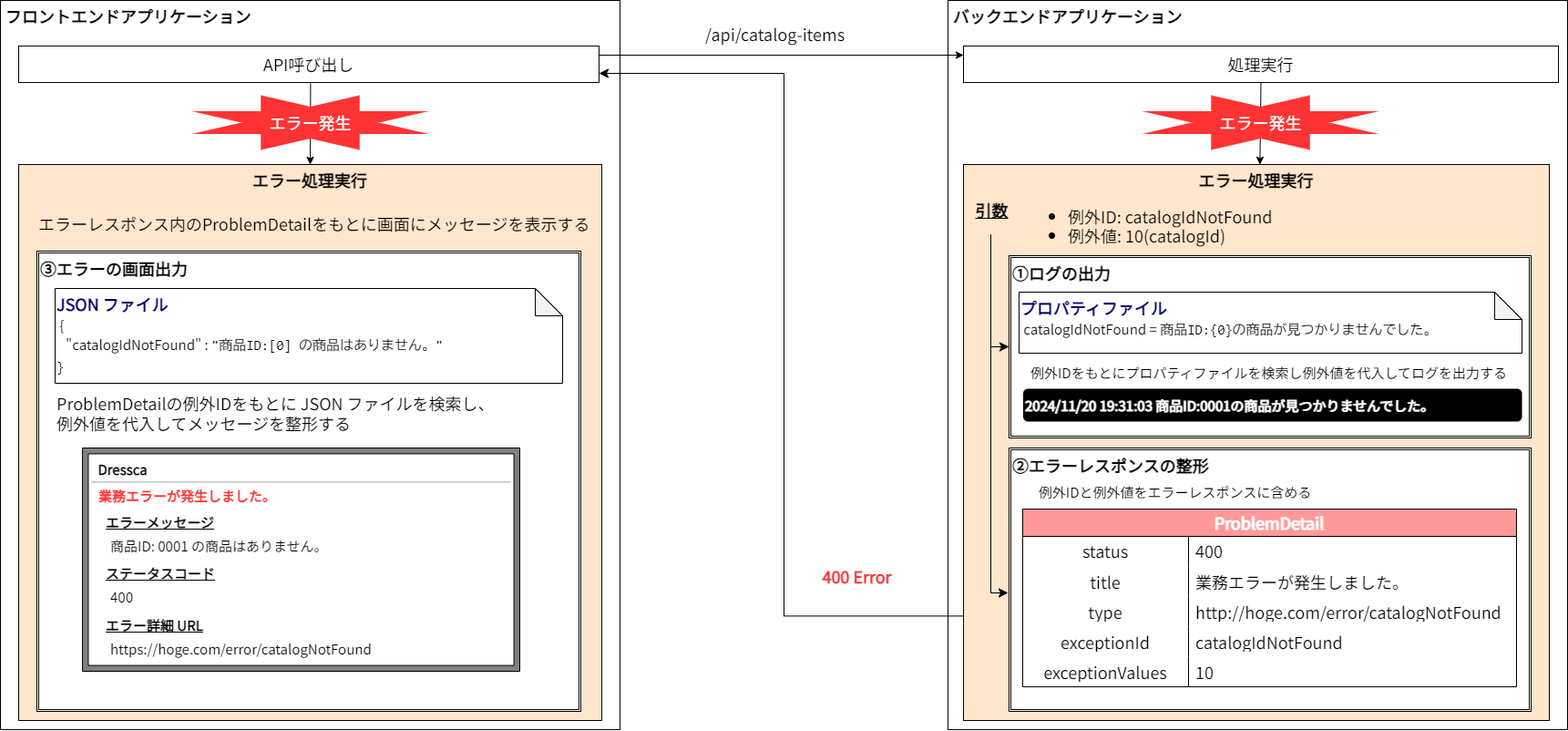
This is documents/contents/images/app-architecture/client-side-rendering/error-message-delivery-light.png from AlesInfiny/maia, a draw.io export, as it was before one commit. Source tidied: cells renumbered, new cells last; positions are measured from the earlier drawing's top-left corner, leaving out a move shared by most shapes.
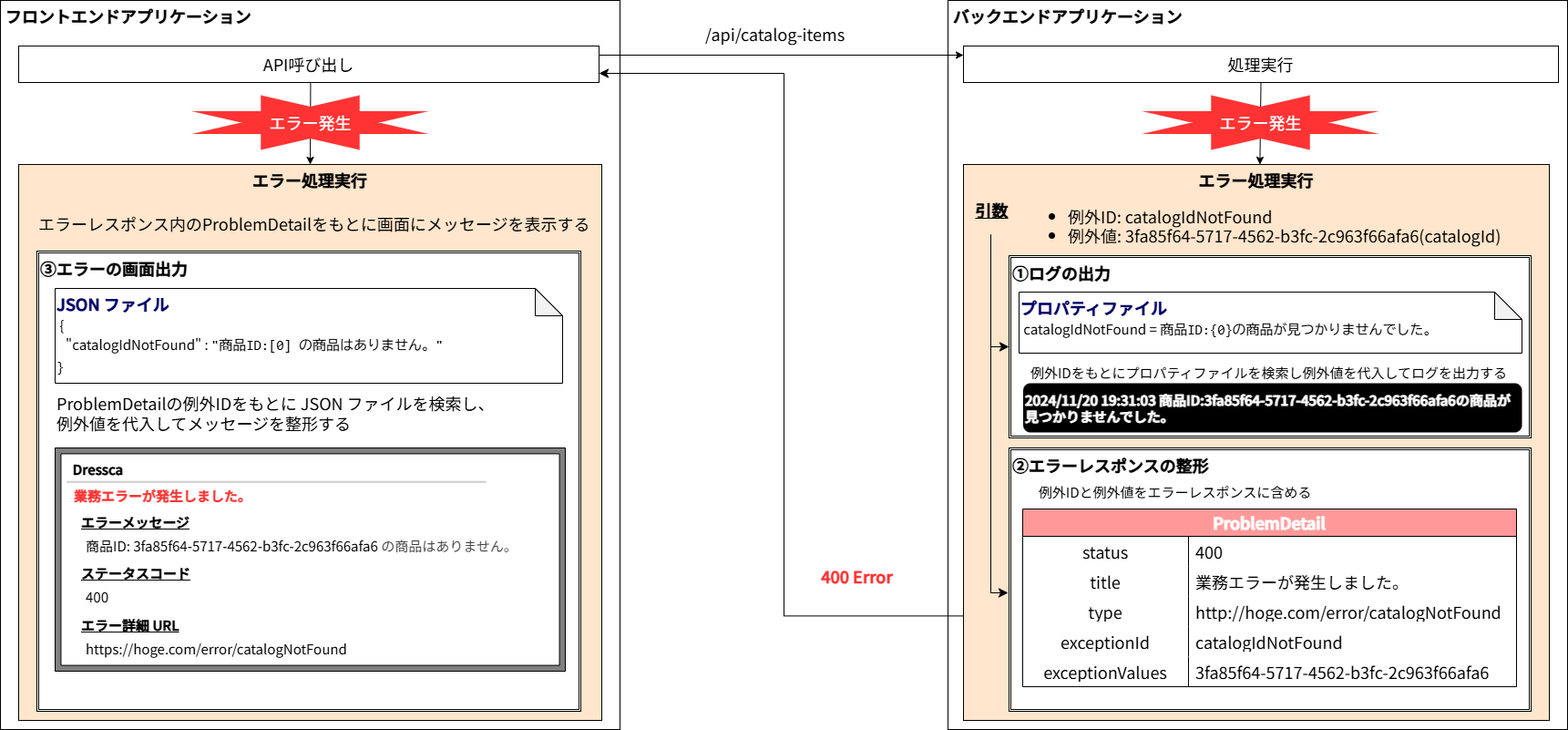
After the change.

Change to the diagram source:
```diff
@@ -52,22 +52,22 @@
       <mxGeometry x="285" y="114" width="110" height="40" as="geometry" />
     </mxCell>
     <mxCell id="16" style="verticalLabelPosition=bottom;verticalAlign=top;html=1;shape=mxgraph.basic.frame;dx=6.43;whiteSpace=wrap;labelBackgroundColor=none;fontFamily=Noto Sans JP;fontSource=https%3A%2F%2Ffonts.googleapis.com%2Fcss%3Ffamily%3DNoto%2BSans%2BJP;fontSize=15;fontColor=#FF3333;fillColor=#808080;" parent="1" vertex="1">
-      <mxGeometry x="90" y="491" width="480" height="245" as="geometry" />
+      <mxGeometry x="60" y="491" width="560" height="245" as="geometry" />
     </mxCell>
     <mxCell id="17" value="業務エラーが発生しました。" style="text;html=1;align=left;verticalAlign=middle;strokeColor=none;fillColor=none;fontSize=15;fontFamily=Noto Sans JP;fontColor=#FF3333;fontStyle=1;" parent="1" vertex="1">
-      <mxGeometry x="106" y="528" width="220" height="30" as="geometry" />
+      <mxGeometry x="79" y="528" width="220" height="30" as="geometry" />
     </mxCell>
     <mxCell id="18" value="&lt;u&gt;エラーメッセージ&lt;/u&gt;" style="text;html=1;align=left;verticalAlign=middle;strokeColor=none;fillColor=none;fontSize=15;fontFamily=Noto Sans JP;fontColor=#000000;fontStyle=1;" parent="1" vertex="1">
-      <mxGeometry x="114" y="557" width="140" height="30" as="geometry" />
+      <mxGeometry x="87" y="557" width="140" height="30" as="geometry" />
     </mxCell>
-    <mxCell id="19" value="商品ID: 0001 の商品はありません。" style="text;html=1;align=left;verticalAlign=middle;strokeColor=none;fillColor=none;fontSize=15;fontFamily=Noto Sans JP;fontColor=#000000;fontStyle=0;" parent="1" vertex="1">
-      <mxGeometry x="119" y="583" width="260" height="30" as="geometry" />
+    <mxCell id="19" value="商品ID:&amp;nbsp;3fa85f64-5717-4562-b3fc-2c963f66afa6&lt;span style=&quot;color: rgb(63, 63, 63); background-color: transparent;&quot;&gt;&amp;nbsp;の商品はありません。&lt;/span&gt;" style="text;html=1;align=left;verticalAlign=middle;strokeColor=none;fillColor=none;fontSize=15;fontFamily=Noto Sans JP;fontColor=#000000;fontStyle=0;" parent="1" vertex="1">
+      <mxGeometry x="92" y="583" width="500" height="30" as="geometry" />
     </mxCell>
     <mxCell id="20" value="Dressca" style="text;html=1;align=center;verticalAlign=middle;strokeColor=none;fillColor=none;fontSize=15;fontFamily=Noto Sans JP;fontColor=#000000;fontStyle=1;" parent="1" vertex="1">
-      <mxGeometry x="94" y="498.5" width="80" height="30" as="geometry" />
+      <mxGeometry x="67" y="498.5" width="80" height="30" as="geometry" />
     </mxCell>
     <mxCell id="21" style="line;strokeWidth=2;html=1;labelBackgroundColor=none;fontFamily=Noto Sans JP;fontSource=https%3A%2F%2Ffonts.googleapis.com%2Fcss%3Ffamily%3DNoto%2BSans%2BJP;fontSize=15;fontColor=#000000;fillColor=#808080;strokeColor=#CCCCCC;" parent="1" vertex="1">
-      <mxGeometry x="100" y="521.5" width="460" height="13.5" as="geometry" />
+      <mxGeometry x="73" y="521.5" width="460" height="13.5" as="geometry" />
     </mxCell>
     <mxCell id="22" value="&lt;b&gt;&amp;nbsp;バックエンドアプリケーション&lt;/b&gt;" style="whiteSpace=wrap;html=1;align=left;fontSize=18;verticalAlign=top;fontFamily=Noto Sans JP;fontSource=https%3A%2F%2Ffonts.googleapis.com%2Fcss%3Ffamily%3DNoto%2BSans%2BJP;fillColor=none;" parent="1" vertex="1">
       <mxGeometry x="1040" width="680" height="800" as="geometry" />
@@ -78,7 +78,7 @@
     <mxCell id="24" value="&lt;b&gt;エラー処理実行&lt;/b&gt;" style="whiteSpace=wrap;html=1;labelBackgroundColor=none;fontFamily=Noto Sans JP;fontSource=https%3A%2F%2Ffonts.googleapis.com%2Fcss%3Ffamily%3DNoto%2BSans%2BJP;fontSize=18;verticalAlign=top;fillColor=#ffe6cc;strokeColor=#000000;" parent="1" vertex="1">
       <mxGeometry x="1057" y="180" width="643" height="610" as="geometry" />
     </mxCell>
-    <mxCell id="25" value="&lt;ul&gt;&lt;li&gt;例外ID: catalogIdNotFound&lt;/li&gt;&lt;li&gt;例外値: 10(catalogId)&lt;/li&gt;&lt;/ul&gt;" style="text;strokeColor=none;fillColor=none;html=1;whiteSpace=wrap;verticalAlign=bottom;overflow=hidden;labelBackgroundColor=none;fontFamily=Noto Sans JP;fontSource=https%3A%2F%2Ffonts.googleapis.com%2Fcss%3Ffamily%3DNoto%2BSans%2BJP;fontSize=18;fontColor=#000000;" parent="24" vertex="1">
+    <mxCell id="25" value="&lt;ul&gt;&lt;li&gt;例外ID: catalogIdNotFound&lt;/li&gt;&lt;li&gt;例外値: 3fa85f64-5717-4562-b3fc-2c963f66afa6(catalogId)&lt;/li&gt;&lt;/ul&gt;" style="text;strokeColor=none;fillColor=none;html=1;whiteSpace=wrap;verticalAlign=bottom;overflow=hidden;labelBackgroundColor=none;fontFamily=Noto Sans JP;fontSource=https%3A%2F%2Ffonts.googleapis.com%2Fcss%3Ffamily%3DNoto%2BSans%2BJP;fontSize=18;fontColor=#000000;" parent="24" vertex="1">
       <mxGeometry x="73.2" y="20" width="569.8" height="90" as="geometry" />
     </mxCell>
     <mxCell id="26" style="edgeStyle=none;jettySize=auto;html=1;fontFamily=Noto Sans JP;fontSource=https%3A%2F%2Ffonts.googleapis.com%2Fcss%3Ffamily%3DNoto%2BSans%2BJP;fontSize=18;exitX=0.5;exitY=1;exitDx=0;exitDy=0;" parent="1" edge="1" source="23" target="24">
@@ -147,7 +147,7 @@
     <mxCell id="47" value="exceptionValues" style="shape=partialRectangle;html=1;whiteSpace=wrap;fillColor=none;top=0;left=0;bottom=0;right=0;overflow=hidden;labelBackgroundColor=none;fontFamily=Noto Sans JP;fontSource=https%3A%2F%2Ffonts.googleapis.com%2Fcss%3Ffamily%3DNoto%2BSans%2BJP;fontSize=18;fontColor=#000000;" parent="46" vertex="1">
       <mxGeometry width="182" height="33" as="geometry" />
     </mxCell>
-    <mxCell id="48" value="10" style="shape=partialRectangle;html=1;whiteSpace=wrap;fillColor=none;top=0;left=0;bottom=0;right=0;align=left;spacingLeft=6;overflow=hidden;labelBackgroundColor=none;fontFamily=Noto Sans JP;fontSource=https%3A%2F%2Ffonts.googleapis.com%2Fcss%3Ffamily%3DNoto%2BSans%2BJP;fontSize=18;fontColor=#000000;" parent="46" vertex="1">
+    <mxCell id="48" value="3fa85f64-5717-4562-b3fc-2c963f66afa6" style="shape=partialRectangle;html=1;whiteSpace=wrap;fillColor=none;top=0;left=0;bottom=0;right=0;align=left;spacingLeft=6;overflow=hidden;labelBackgroundColor=none;fontFamily=Noto Sans JP;fontSource=https%3A%2F%2Ffonts.googleapis.com%2Fcss%3Ffamily%3DNoto%2BSans%2BJP;fontSize=18;fontColor=#000000;" parent="46" vertex="1">
       <mxGeometry x="182" width="360" height="33" as="geometry" />
     </mxCell>
     <mxCell id="49" style="edgeStyle=elbowEdgeStyle;elbow=vertical;endArrow=classic;html=1;curved=0;rounded=0;endSize=8;startSize=8;fontFamily=Noto Sans JP;fontSource=https%3A%2F%2Ffonts.googleapis.com%2Fcss%3Ffamily%3DNoto%2BSans%2BJP;fontSize=18;fontColor=#000000;entryX=0;entryY=0.5;entryDx=0;entryDy=0;" parent="1" edge="1" target="30">
@@ -173,20 +173,20 @@
     <mxCell id="52" value="例外IDをもとにプロパティファイルを検索し&lt;span style=&quot;background-color: initial; text-align: left;&quot;&gt;例外値を代入してログを出力する&lt;/span&gt;" style="text;html=1;align=center;verticalAlign=middle;strokeColor=none;fillColor=none;fontSize=15;fontFamily=Noto Sans JP;fontColor=#000000;labelBackgroundColor=none;fontSource=https%3A%2F%2Ffonts.googleapis.com%2Fcss%3Ffamily%3DNoto%2BSans%2BJP;" parent="1" vertex="1">
       <mxGeometry x="1117" y="393" width="550" height="30" as="geometry" />
     </mxCell>
-    <mxCell id="53" value="&lt;b&gt;2024/11/20 19:31:03 商品ID:0001の商品が見つかりませんでした。&lt;/b&gt;" style="rounded=1;whiteSpace=wrap;html=1;labelBackgroundColor=none;fontFamily=Noto Sans JP;fontSource=https%3A%2F%2Ffonts.googleapis.com%2Fcss%3Ffamily%3DNoto%2BSans%2BJP;fontSize=15;fontColor=#FFFFFF;fillColor=#000000;strokeColor=none;align=left;" parent="1" vertex="1">
-      <mxGeometry x="1122.5" y="426" width="547.5" height="36" as="geometry" />
+    <mxCell id="53" value="&lt;b&gt;2024/11/20 19:31:03 商品ID:3fa85f64-5717-4562-b3fc-2c963f66afa6の商品が見つかりませんでした。&lt;/b&gt;" style="rounded=1;whiteSpace=wrap;html=1;labelBackgroundColor=none;fontFamily=Noto Sans JP;fontSource=https%3A%2F%2Ffonts.googleapis.com%2Fcss%3Ffamily%3DNoto%2BSans%2BJP;fontSize=15;fontColor=#FFFFFF;fillColor=#000000;strokeColor=none;align=left;" parent="1" vertex="1">
+      <mxGeometry x="1122.5" y="420" width="547.5" height="54" as="geometry" />
     </mxCell>
     <mxCell id="54" value="400" style="text;html=1;align=left;verticalAlign=middle;strokeColor=none;fillColor=none;fontSize=15;fontFamily=Noto Sans JP;fontColor=#000000;fontStyle=0;" parent="1" vertex="1">
-      <mxGeometry x="119" y="639" width="50" height="30" as="geometry" />
+      <mxGeometry x="92" y="639" width="50" height="30" as="geometry" />
     </mxCell>
     <mxCell id="55" value="&lt;u style=&quot;&quot;&gt;&lt;font style=&quot;&quot;&gt;ステータスコード&lt;/font&gt;&lt;/u&gt;" style="text;html=1;align=left;verticalAlign=middle;strokeColor=none;fillColor=none;fontSize=15;fontFamily=Noto Sans JP;fontColor=#000000;fontStyle=1;" parent="1" vertex="1">
-      <mxGeometry x="114" y="613" width="140" height="30" as="geometry" />
+      <mxGeometry x="87" y="613" width="140" height="30" as="geometry" />
     </mxCell>
     <mxCell id="56" value="&lt;u style=&quot;&quot;&gt;&lt;font style=&quot;&quot;&gt;エラー詳細 URL&lt;/font&gt;&lt;/u&gt;" style="text;html=1;align=left;verticalAlign=middle;strokeColor=none;fillColor=none;fontSize=15;fontFamily=Noto Sans JP;fontColor=#000000;fontStyle=1;" parent="1" vertex="1">
-      <mxGeometry x="114" y="670" width="130" height="30" as="geometry" />
+      <mxGeometry x="87" y="670" width="130" height="30" as="geometry" />
     </mxCell>
     <mxCell id="57" value="https://hoge.com/error/catalogNotFound" style="text;html=1;align=left;verticalAlign=middle;strokeColor=none;fillColor=none;fontSize=15;fontFamily=Noto Sans JP;fontColor=#000000;fontStyle=0;" parent="1" vertex="1">
-      <mxGeometry x="119" y="696" width="310" height="30" as="geometry" />
+      <mxGeometry x="92" y="696" width="310" height="30" as="geometry" />
     </mxCell>
   </root>
 </mxGraphModel>
```
